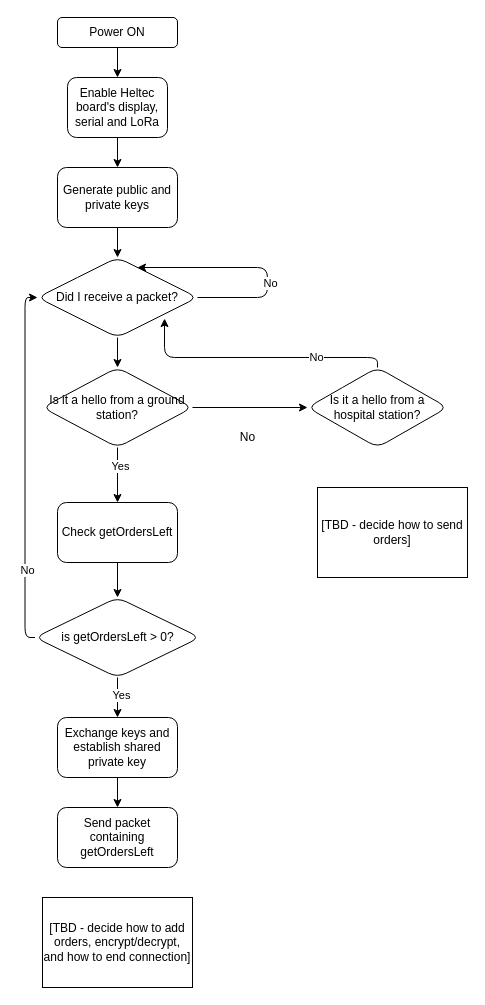
This is documentation/Diagrams/Drone Logic.drawio from nkendler/esp32-lora-drone-delivery, a draw.io file, before an edit. Source tidied: cells renumbered, new cells numbered last; positions are measured from the earlier drawing's top-left corner, leaving out a move shared by most shapes. Both pictures are drawn from the tidied source at 100%, with x=0, y=0 at pixel (35, 17).
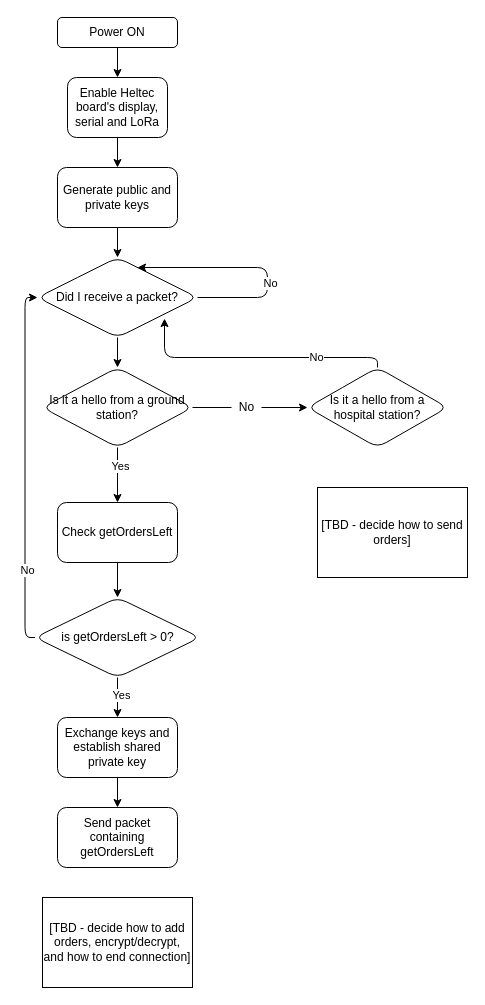
The same page after the edit.

Unchanged cells that the change refers to:
```xml
<mxCell id="15" value="Is it a hello from a ground station?" style="rhombus;whiteSpace=wrap;html=1;rounded=1;shadow=0;gradientColor=none;gradientDirection=radial;" parent="1" vertex="1">
  <mxGeometry x="7" y="350" width="150" height="80" as="geometry" />
</mxCell>
<mxCell id="18" value="Is it a hello from a hospital station?" style="rhombus;whiteSpace=wrap;html=1;rounded=1;shadow=0;gradientColor=none;gradientDirection=radial;" parent="1" vertex="1">
  <mxGeometry x="272" y="350" width="140" height="80" as="geometry" />
</mxCell>
```

The edit, as a diff of the source:
```diff
@@
-    <mxCell id="12" style="edgeStyle=orthogonalEdgeStyle;html=1;" parent="1" edge="1" source="15" target="18">
+    <mxCell id="12" style="edgeStyle=orthogonalEdgeStyle;html=1;startArrow=none;" parent="1" edge="1" source="19" target="18">
       <mxGeometry relative="1" as="geometry" />
     </mxCell>
@@
-    <mxCell id="19" value="No" style="text;html=1;align=center;verticalAlign=middle;points=[];strokeColor=none;fillColor=none;" parent="1" vertex="1">
-      <mxGeometry x="197" y="410" width="30" height="20" as="geometry" />
-    </mxCell>
@@
+    <mxCell id="19" value="No" style="text;html=1;align=center;verticalAlign=middle;points=[];strokeColor=none;fillColor=none;" parent="1" vertex="1">
+      <mxGeometry x="196" y="380" width="30" height="20" as="geometry" />
+    </mxCell>
+    <mxCell id="32" style="edgeStyle=orthogonalEdgeStyle;html=1;endArrow=none;" parent="1" edge="1" source="15" target="19">
+      <mxGeometry relative="1" as="geometry" />
+    </mxCell>
```
